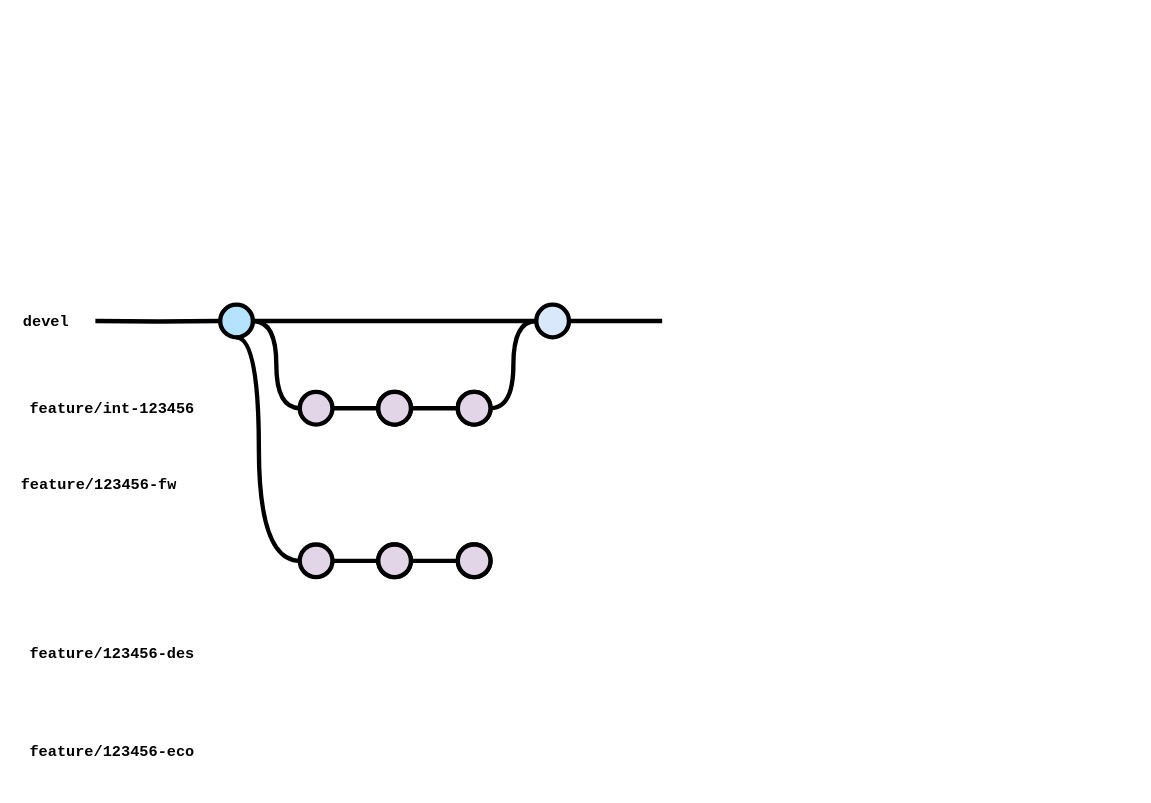
This is Untitled Diagram.drawio from zrrbite/drawio-diagrams, a draw.io file, before an edit. Source tidied: cells renumbered, new cells numbered last; positions are measured from the earlier drawing's top-left corner, leaving out a move shared by most shapes. Both pictures are drawn from the tidied source at 109%, with x=0, y=0 at pixel (19, 304).
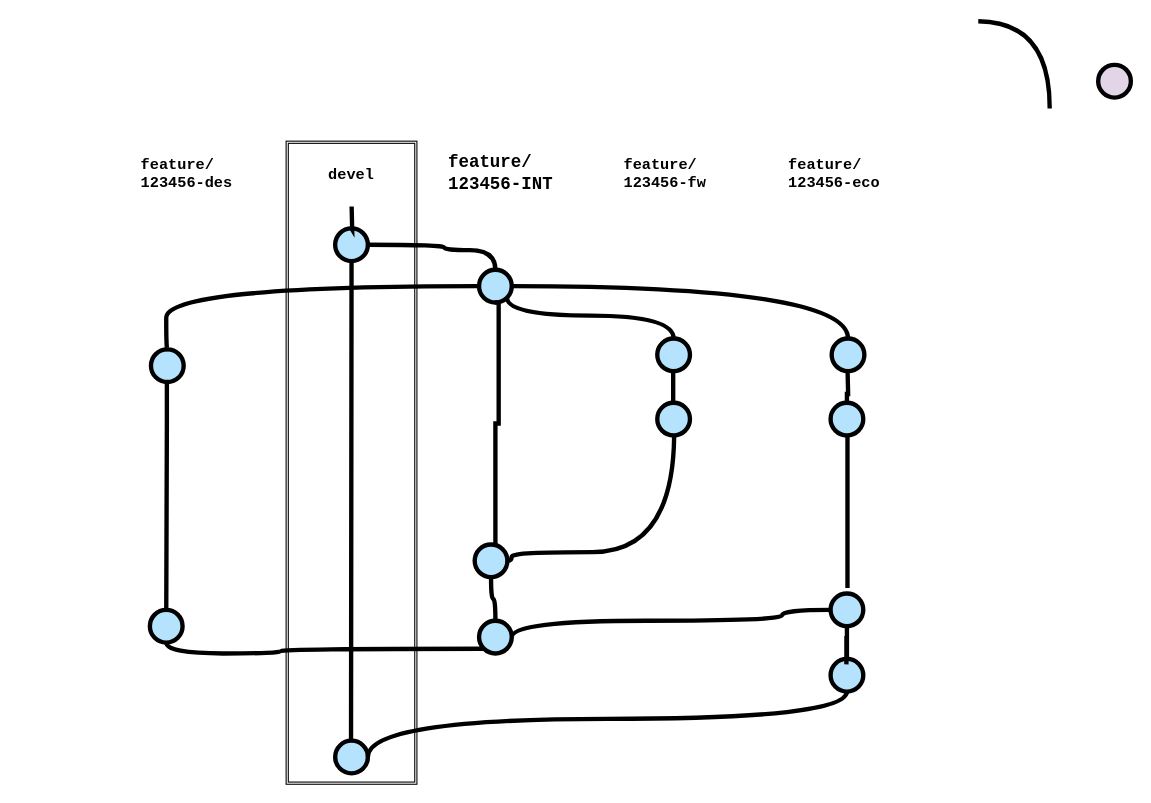
The same diagram, later.

What changed in the source:
```diff
@@
-    <mxCell id="2" style="edgeStyle=orthogonalEdgeStyle;rounded=0;html=1;jettySize=auto;plain-blue;endArrow=none;endFill=0;strokeWidth=4;strokeColor=#000000;" parent="1" edge="1" source="4" target="6">
-      <mxGeometry x="224.5" y="265" as="geometry" />
-    </mxCell>
-    <mxCell id="3" style="edgeStyle=orthogonalEdgeStyle;curved=1;rounded=0;html=1;exitX=1;exitY=0.5;exitPerimeter=0;entryX=0;entryY=0.5;entryPerimeter=0;endArrow=none;endFill=0;jettySize=auto;strokeWidth=4;fontSize=15;" parent="1" edge="1" source="4" target="10">
-      <mxGeometry relative="1" as="geometry" />
-    </mxCell>
-    <mxCell id="4" style="verticalLabelPosition=bottom;verticalAlign=top;html=1;strokeWidth=4;shape=mxgraph.flowchart.on-page_reference;plain-blue;gradientColor=none;fillColor=#B5E3Fe;strokeColor=#000000;" parent="1" vertex="1">
-      <mxGeometry x="184.5" width="30" height="30" as="geometry" />
-    </mxCell>
-    <mxCell id="5" style="edgeStyle=orthogonalEdgeStyle;curved=1;rounded=0;jettySize=auto;html=1;endArrow=none;endFill=0;strokeWidth=4;fontFamily=Courier New;fontSize=16;" parent="1" edge="1" source="6">
-      <mxGeometry relative="1" as="geometry">
-        <mxPoint x="590" y="15" as="targetPoint" />
-      </mxGeometry>
-    </mxCell>
-    <mxCell id="6" style="verticalLabelPosition=bottom;verticalAlign=top;html=1;strokeWidth=4;shape=mxgraph.flowchart.on-page_reference;plain-blue;gradientColor=none;strokeColor=#000000;" parent="1" vertex="1">
-      <mxGeometry x="474.5" width="30" height="30" as="geometry" />
-    </mxCell>
+    <mxCell id="29" style="shape=ext;double=1;rounded=0;whiteSpace=wrap;html=1;fontFamily=Helvetica;fontSize=15;fontColor=default;" parent="1" vertex="1">
+      <mxGeometry x="245" y="-150" width="120" height="590" as="geometry" />
+    </mxCell>
-    <mxCell id="7" style="edgeStyle=orthogonalEdgeStyle;rounded=0;html=1;jettySize=auto;strokeWidth=4;endArrow=none;endFill=0;" parent="1" edge="1" target="4">
-      <mxGeometry x="124.5" y="265" as="geometry">
-        <mxPoint x="70" y="15" as="sourcePoint" />
-      </mxGeometry>
+    <mxCell id="7" style="edgeStyle=orthogonalEdgeStyle;rounded=0;html=1;jettySize=auto;strokeWidth=4;endArrow=none;endFill=0;startArrow=none;entryX=0.496;entryY=0.966;entryDx=0;entryDy=0;entryPerimeter=0;" parent="1" edge="1" source="33" target="29">
+      <mxGeometry x="229.6" y="345" as="geometry" />
     </mxCell>
     <mxCell id="8" value="devel" style="text;html=1;strokeColor=none;fillColor=none;align=center;verticalAlign=middle;whiteSpace=wrap;overflow=hidden;fontSize=14;fontStyle=1;fontFamily=Courier New;" parent="1" vertex="1">
-      <mxGeometry y="5" width="50" height="20" as="geometry" />
+      <mxGeometry x="280" y="-130" width="50" height="20" as="geometry" />
     </mxCell>
-    <mxCell id="9" style="edgeStyle=orthogonalEdgeStyle;curved=1;rounded=0;html=1;exitX=1;exitY=0.5;exitPerimeter=0;entryX=0;entryY=0.5;entryPerimeter=0;endArrow=none;endFill=0;jettySize=auto;strokeWidth=4;fontSize=15;" parent="1" edge="1" source="10" target="12">
-      <mxGeometry relative="1" as="geometry" />
-    </mxCell>
-    <mxCell id="10" style="verticalLabelPosition=bottom;verticalAlign=top;html=1;strokeWidth=4;shape=mxgraph.flowchart.on-page_reference;plain-purple;gradientColor=none;strokeColor=#000000;" parent="1" vertex="1">
-      <mxGeometry x="257.5" y="80" width="30" height="30" as="geometry" />
-    </mxCell>
-    <mxCell id="11" style="edgeStyle=orthogonalEdgeStyle;curved=1;rounded=0;html=1;exitX=1;exitY=0.5;exitPerimeter=0;entryX=0;entryY=0.5;entryPerimeter=0;endArrow=none;endFill=0;jettySize=auto;strokeWidth=4;fontSize=15;" parent="1" edge="1" source="12" target="14">
-      <mxGeometry relative="1" as="geometry" />
-    </mxCell>
-    <mxCell id="12" style="verticalLabelPosition=bottom;verticalAlign=top;html=1;strokeWidth=4;shape=mxgraph.flowchart.on-page_reference;plain-purple;gradientColor=none;strokeColor=#000000;" parent="1" vertex="1">
-      <mxGeometry x="329.5" y="80" width="30" height="30" as="geometry" />
-    </mxCell>
-    <mxCell id="13" style="edgeStyle=orthogonalEdgeStyle;curved=1;rounded=0;html=1;exitX=1;exitY=0.5;exitPerimeter=0;entryX=0;entryY=0.5;entryPerimeter=0;endArrow=none;endFill=0;jettySize=auto;strokeWidth=4;fontSize=15;" parent="1" edge="1" source="14" target="6">
-      <mxGeometry relative="1" as="geometry" />
-    </mxCell>
-    <mxCell id="14" style="verticalLabelPosition=bottom;verticalAlign=top;html=1;strokeWidth=4;shape=mxgraph.flowchart.on-page_reference;plain-purple;gradientColor=none;strokeColor=#000000;" parent="1" vertex="1">
-      <mxGeometry x="402.5" y="80" width="30" height="30" as="geometry" />
-    </mxCell>
-    <mxCell id="15" value="feature/int-123456" style="text;html=1;strokeColor=none;fillColor=none;align=left;verticalAlign=middle;whiteSpace=wrap;overflow=hidden;fontSize=14;fontStyle=1;fontFamily=Courier New;" parent="1" vertex="1">
-      <mxGeometry x="7.5" y="85" width="240" height="20" as="geometry" />
-    </mxCell>
-    <mxCell id="16" style="edgeStyle=orthogonalEdgeStyle;curved=1;rounded=0;html=1;entryX=0;entryY=0.5;entryPerimeter=0;endArrow=none;endFill=0;jettySize=auto;strokeWidth=4;fontSize=15;entryDx=0;entryDy=0;exitX=0.5;exitY=1;exitDx=0;exitDy=0;exitPerimeter=0;" parent="1" edge="1" source="4" target="20">
-      <mxGeometry relative="1" as="geometry">
-        <Array as="points">
-          <mxPoint x="220" y="30" />
-          <mxPoint x="220" y="235" />
-        </Array>
-      </mxGeometry>
-    </mxCell>
-    <mxCell id="17" style="verticalLabelPosition=bottom;verticalAlign=top;html=1;strokeWidth=4;shape=mxgraph.flowchart.on-page_reference;plain-purple;gradientColor=none;strokeColor=#000000;" parent="1" vertex="1">
-      <mxGeometry x="402.5" y="80" width="30" height="30" as="geometry" />
-    </mxCell>
-    <mxCell id="18" style="verticalLabelPosition=bottom;verticalAlign=top;html=1;strokeWidth=4;shape=mxgraph.flowchart.on-page_reference;plain-purple;gradientColor=none;strokeColor=#000000;" parent="1" vertex="1">
-      <mxGeometry x="329.5" y="80" width="30" height="30" as="geometry" />
-    </mxCell>
-    <mxCell id="19" style="edgeStyle=orthogonalEdgeStyle;curved=1;rounded=0;html=1;exitX=1;exitY=0.5;exitPerimeter=0;entryX=0;entryY=0.5;entryPerimeter=0;endArrow=none;endFill=0;jettySize=auto;strokeWidth=4;fontSize=15;" parent="1" edge="1" source="20" target="22">
-      <mxGeometry relative="1" as="geometry" />
-    </mxCell>
-    <mxCell id="20" style="verticalLabelPosition=bottom;verticalAlign=top;html=1;strokeWidth=4;shape=mxgraph.flowchart.on-page_reference;plain-purple;gradientColor=none;strokeColor=#000000;" parent="1" vertex="1">
-      <mxGeometry x="257.5" y="220" width="30" height="30" as="geometry" />
-    </mxCell>
-    <mxCell id="21" style="edgeStyle=orthogonalEdgeStyle;curved=1;rounded=0;html=1;exitX=1;exitY=0.5;exitPerimeter=0;entryX=0;entryY=0.5;entryPerimeter=0;endArrow=none;endFill=0;jettySize=auto;strokeWidth=4;fontSize=15;" parent="1" edge="1" source="22" target="23">
-      <mxGeometry relative="1" as="geometry" />
-    </mxCell>
-    <mxCell id="22" style="verticalLabelPosition=bottom;verticalAlign=top;html=1;strokeWidth=4;shape=mxgraph.flowchart.on-page_reference;plain-purple;gradientColor=none;strokeColor=#000000;" parent="1" vertex="1">
-      <mxGeometry x="329.5" y="220" width="30" height="30" as="geometry" />
-    </mxCell>
-    <mxCell id="23" style="verticalLabelPosition=bottom;verticalAlign=top;html=1;strokeWidth=4;shape=mxgraph.flowchart.on-page_reference;plain-purple;gradientColor=none;strokeColor=#000000;" parent="1" vertex="1">
-      <mxGeometry x="402.5" y="220" width="30" height="30" as="geometry" />
-    </mxCell>
-    <mxCell id="24" style="verticalLabelPosition=bottom;verticalAlign=top;html=1;strokeWidth=4;shape=mxgraph.flowchart.on-page_reference;plain-purple;gradientColor=none;strokeColor=#000000;" parent="1" vertex="1">
-      <mxGeometry x="402.5" y="220" width="30" height="30" as="geometry" />
-    </mxCell>
-    <mxCell id="25" style="verticalLabelPosition=bottom;verticalAlign=top;html=1;strokeWidth=4;shape=mxgraph.flowchart.on-page_reference;plain-purple;gradientColor=none;strokeColor=#000000;" parent="1" vertex="1">
-      <mxGeometry x="329.5" y="220" width="30" height="30" as="geometry" />
-    </mxCell>
-    <mxCell id="26" value="feature/123456-fw" style="text;html=1;strokeColor=none;fillColor=none;align=left;verticalAlign=middle;whiteSpace=wrap;overflow=hidden;fontSize=14;fontStyle=1;fontFamily=Courier New;" parent="1" vertex="1">
-      <mxGeometry y="155" width="240" height="20" as="geometry" />
+    <mxCell id="26" value="feature/&lt;br&gt;123456-fw" style="text;html=1;strokeColor=none;fillColor=none;align=left;verticalAlign=middle;whiteSpace=wrap;overflow=hidden;fontSize=14;fontStyle=1;fontFamily=Courier New;" parent="1" vertex="1">
+      <mxGeometry x="553" y="-145" width="81" height="50" as="geometry" />
     </mxCell>
+    <mxCell id="28" value="feature/&lt;br&gt;123456-eco" style="text;html=1;strokeColor=none;fillColor=none;align=left;verticalAlign=middle;whiteSpace=wrap;overflow=hidden;fontSize=14;fontStyle=1;fontFamily=Courier New;" parent="1" vertex="1">
+      <mxGeometry x="704" y="-140" width="111" height="40" as="geometry" />
+    </mxCell>
-    <mxCell id="27" value="feature/123456-des" style="text;html=1;strokeColor=none;fillColor=none;align=left;verticalAlign=middle;whiteSpace=wrap;overflow=hidden;fontSize=14;fontStyle=1;fontFamily=Courier New;" parent="1" vertex="1">
-      <mxGeometry x="7.5" y="310" width="240" height="20" as="geometry" />
+    <mxCell id="27" value="feature/&lt;br&gt;123456-des" style="text;html=1;strokeColor=none;fillColor=none;align=left;verticalAlign=middle;whiteSpace=wrap;overflow=hidden;fontSize=14;fontStyle=1;fontFamily=Courier New;" parent="1" vertex="1">
+      <mxGeometry x="110" y="-140" width="120" height="40" as="geometry" />
     </mxCell>
-    <mxCell id="28" value="feature/123456-eco" style="text;html=1;strokeColor=none;fillColor=none;align=left;verticalAlign=middle;whiteSpace=wrap;overflow=hidden;fontSize=14;fontStyle=1;fontFamily=Courier New;" parent="1" vertex="1">
-      <mxGeometry x="7.5" y="400" width="240" height="20" as="geometry" />
-    </mxCell>
+    <mxCell id="30" style="verticalLabelPosition=bottom;verticalAlign=top;html=1;strokeWidth=4;shape=mxgraph.flowchart.on-page_reference;plain-purple;gradientColor=none;strokeColor=#000000;" parent="1" vertex="1">
+      <mxGeometry x="990" y="-220" width="30" height="30" as="geometry" />
+    </mxCell>
+    <mxCell id="31" style="edgeStyle=orthogonalEdgeStyle;curved=1;rounded=0;html=1;endArrow=none;endFill=0;jettySize=auto;strokeWidth=4;fontSize=15;entryX=1;entryY=0.5;entryDx=0;entryDy=0;entryPerimeter=0;exitX=0.5;exitY=0;exitDx=0;exitDy=0;exitPerimeter=0;" parent="1" edge="1" source="36" target="33">
+      <mxGeometry relative="1" as="geometry">
+        <Array as="points">
+          <mxPoint x="437" y="-50" />
+          <mxPoint x="390" y="-50" />
+          <mxPoint x="390" y="-55" />
+        </Array>
+      </mxGeometry>
+    </mxCell>
+    <mxCell id="32" style="edgeStyle=orthogonalEdgeStyle;curved=1;rounded=0;html=1;exitX=0.5;exitY=1;exitPerimeter=0;endArrow=none;endFill=0;jettySize=auto;orthogonalLoop=1;strokeWidth=4;fontSize=15;entryX=0.5;entryY=1;entryDx=0;entryDy=0;entryPerimeter=0;exitDx=0;exitDy=0;" parent="1" edge="1">
+      <mxGeometry relative="1" as="geometry">
+        <mxPoint x="880" y="-260" as="sourcePoint" />
+        <mxPoint x="945.5" y="-180" as="targetPoint" />
+      </mxGeometry>
+    </mxCell>
+    <mxCell id="33" style="verticalLabelPosition=bottom;verticalAlign=top;html=1;strokeWidth=4;shape=mxgraph.flowchart.on-page_reference;plain-blue;gradientColor=none;fillColor=#B5E3Fe;strokeColor=#000000;" parent="1" vertex="1">
+      <mxGeometry x="290" y="-70" width="30" height="30" as="geometry" />
+    </mxCell>
+    <mxCell id="34" style="edgeStyle=orthogonalEdgeStyle;rounded=0;html=1;jettySize=auto;strokeWidth=4;endArrow=none;endFill=0;" parent="1" edge="1" target="33">
+      <mxGeometry x="229.6" y="345" as="geometry">
+        <mxPoint x="305.1" y="-90" as="sourcePoint" />
+      </mxGeometry>
+    </mxCell>
+    <mxCell id="35" value="&lt;font style=&quot;font-size: 16px;&quot;&gt;feature/&lt;br&gt;123456-INT&lt;/font&gt;" style="text;html=1;strokeColor=none;fillColor=none;align=left;verticalAlign=middle;whiteSpace=wrap;overflow=hidden;fontSize=14;fontStyle=1;fontFamily=Courier New;" parent="1" vertex="1">
+      <mxGeometry x="392" y="-145" width="112.5" height="50" as="geometry" />
+    </mxCell>
+    <mxCell id="36" style="verticalLabelPosition=bottom;verticalAlign=top;html=1;strokeWidth=4;shape=mxgraph.flowchart.on-page_reference;plain-blue;gradientColor=none;fillColor=#B5E3Fe;strokeColor=#000000;" parent="1" vertex="1">
+      <mxGeometry x="422" y="-32" width="30" height="30" as="geometry" />
+    </mxCell>
+    <mxCell id="37" style="verticalLabelPosition=bottom;verticalAlign=top;html=1;strokeWidth=4;shape=mxgraph.flowchart.on-page_reference;plain-blue;gradientColor=none;fillColor=#B5E3Fe;strokeColor=#000000;" parent="1" vertex="1">
+      <mxGeometry x="121" y="41" width="30" height="30" as="geometry" />
+    </mxCell>
+    <mxCell id="38" style="verticalLabelPosition=bottom;verticalAlign=top;html=1;strokeWidth=4;shape=mxgraph.flowchart.on-page_reference;plain-blue;gradientColor=none;fillColor=#B5E3Fe;strokeColor=#000000;" parent="1" vertex="1">
+      <mxGeometry x="585.5" y="31" width="30" height="30" as="geometry" />
+    </mxCell>
+    <mxCell id="39" style="verticalLabelPosition=bottom;verticalAlign=top;html=1;strokeWidth=4;shape=mxgraph.flowchart.on-page_reference;plain-blue;gradientColor=none;fillColor=#B5E3Fe;strokeColor=#000000;" parent="1" vertex="1">
+      <mxGeometry x="745.5" y="31" width="30" height="30" as="geometry" />
+    </mxCell>
+    <mxCell id="40" style="edgeStyle=orthogonalEdgeStyle;curved=1;rounded=0;html=1;endArrow=none;endFill=0;jettySize=auto;strokeWidth=4;fontSize=15;exitX=0.5;exitY=0;exitDx=0;exitDy=0;exitPerimeter=0;entryX=0.855;entryY=0.855;entryDx=0;entryDy=0;entryPerimeter=0;" parent="1" edge="1" source="38" target="36">
+      <mxGeometry relative="1" as="geometry">
+        <Array as="points">
+          <mxPoint x="601" y="10" />
+          <mxPoint x="448" y="10" />
+        </Array>
+      </mxGeometry>
+    </mxCell>
+    <mxCell id="41" style="edgeStyle=orthogonalEdgeStyle;curved=1;rounded=0;html=1;endArrow=none;endFill=0;jettySize=auto;strokeWidth=4;fontSize=15;entryX=0.5;entryY=0;entryDx=0;entryDy=0;entryPerimeter=0;exitX=1;exitY=0.5;exitDx=0;exitDy=0;exitPerimeter=0;" parent="1" edge="1" source="36" target="39">
+      <mxGeometry relative="1" as="geometry" />
+    </mxCell>
+    <mxCell id="42" style="edgeStyle=orthogonalEdgeStyle;curved=1;rounded=0;html=1;endArrow=none;endFill=0;jettySize=auto;strokeWidth=4;fontSize=15;exitX=0.5;exitY=0;exitDx=0;exitDy=0;exitPerimeter=0;entryX=0;entryY=0.5;entryDx=0;entryDy=0;entryPerimeter=0;" parent="1" edge="1" source="37" target="36">
+      <mxGeometry relative="1" as="geometry">
+        <Array as="points">
+          <mxPoint x="135" y="-17" />
+        </Array>
+      </mxGeometry>
+    </mxCell>
+    <mxCell id="43" style="edgeStyle=orthogonalEdgeStyle;rounded=0;html=1;jettySize=auto;orthogonalLoop=1;strokeWidth=4;endArrow=none;endFill=0;startArrow=none;" parent="1" edge="1">
+      <mxGeometry x="525.2" y="446" as="geometry">
+        <mxPoint x="600.1" y="61" as="sourcePoint" />
+        <mxPoint x="600" y="90" as="targetPoint" />
+        <Array as="points">
+          <mxPoint x="600.7" y="96" />
+        </Array>
+      </mxGeometry>
+    </mxCell>
+    <mxCell id="44" style="verticalLabelPosition=bottom;verticalAlign=top;html=1;strokeWidth=4;shape=mxgraph.flowchart.on-page_reference;plain-blue;gradientColor=none;fillColor=#B5E3Fe;strokeColor=#000000;" parent="1" vertex="1">
+      <mxGeometry x="585.5" y="90" width="30" height="30" as="geometry" />
+    </mxCell>
+    <mxCell id="45" style="edgeStyle=orthogonalEdgeStyle;curved=1;rounded=0;html=1;endArrow=none;endFill=0;jettySize=auto;strokeWidth=4;fontSize=15;startArrow=none;exitX=1;exitY=0.5;exitDx=0;exitDy=0;exitPerimeter=0;" parent="1" edge="1" source="49">
+      <mxGeometry relative="1" as="geometry">
+        <mxPoint x="601" y="120" as="targetPoint" />
+        <Array as="points">
+          <mxPoint x="452" y="227" />
+          <mxPoint x="600" y="227" />
+          <mxPoint x="600" y="120" />
+        </Array>
+      </mxGeometry>
+    </mxCell>
+    <mxCell id="46" style="edgeStyle=orthogonalEdgeStyle;rounded=0;html=1;jettySize=auto;strokeWidth=4;endArrow=none;endFill=0;startArrow=none;" parent="1" edge="1" source="47">
+      <mxGeometry x="685.2" y="446" as="geometry">
+        <mxPoint x="760" y="260" as="targetPoint" />
+        <Array as="points">
+          <mxPoint x="760.7" y="96" />
+        </Array>
+      </mxGeometry>
+    </mxCell>
+    <mxCell id="47" style="verticalLabelPosition=bottom;verticalAlign=top;html=1;strokeWidth=4;shape=mxgraph.flowchart.on-page_reference;plain-blue;gradientColor=none;fillColor=#B5E3Fe;strokeColor=#000000;" parent="1" vertex="1">
+      <mxGeometry x="744.5" y="90" width="30" height="30" as="geometry" />
+    </mxCell>
+    <mxCell id="48" style="edgeStyle=orthogonalEdgeStyle;shape=connector;curved=1;rounded=0;jettySize=auto;html=1;labelBackgroundColor=default;fontFamily=Helvetica;fontSize=15;fontColor=default;endArrow=none;endFill=0;strokeColor=default;strokeWidth=4;" parent="1" edge="1" source="49" target="57">
+      <mxGeometry relative="1" as="geometry" />
+    </mxCell>
+    <mxCell id="49" style="verticalLabelPosition=bottom;verticalAlign=top;html=1;strokeWidth=4;shape=mxgraph.flowchart.on-page_reference;plain-blue;gradientColor=none;fillColor=#B5E3Fe;strokeColor=#000000;" parent="1" vertex="1">
+      <mxGeometry x="418" y="220" width="30" height="30" as="geometry" />
+    </mxCell>
+    <mxCell id="50" style="edgeStyle=orthogonalEdgeStyle;rounded=0;html=1;jettySize=auto;strokeWidth=4;endArrow=none;endFill=0;startArrow=none;" parent="1" edge="1" target="47">
+      <mxGeometry x="685.2" y="446" as="geometry">
+        <mxPoint x="760.1" y="61" as="sourcePoint" />
+      </mxGeometry>
+    </mxCell>
+    <mxCell id="51" style="edgeStyle=orthogonalEdgeStyle;curved=1;rounded=0;html=1;endArrow=none;endFill=0;jettySize=auto;strokeWidth=4;fontSize=15;startArrow=none;entryX=0;entryY=0.5;entryDx=0;entryDy=0;entryPerimeter=0;exitX=1;exitY=0.5;exitDx=0;exitDy=0;exitPerimeter=0;" parent="1" edge="1" source="57" target="52">
+      <mxGeometry relative="1" as="geometry">
+        <Array as="points">
+          <mxPoint x="452" y="290" />
+          <mxPoint x="700" y="290" />
+          <mxPoint x="700" y="280" />
+        </Array>
+      </mxGeometry>
+    </mxCell>
+    <mxCell id="52" style="verticalLabelPosition=bottom;verticalAlign=top;html=1;strokeWidth=4;shape=mxgraph.flowchart.on-page_reference;plain-blue;gradientColor=none;fillColor=#B5E3Fe;strokeColor=#000000;" parent="1" vertex="1">
+      <mxGeometry x="744.5" y="265" width="30" height="30" as="geometry" />
+    </mxCell>
+    <mxCell id="53" style="edgeStyle=orthogonalEdgeStyle;rounded=0;html=1;jettySize=auto;orthogonalLoop=1;strokeWidth=4;endArrow=none;endFill=0;startArrow=none;" parent="1" edge="1">
+      <mxGeometry x="60.7" y="456" as="geometry">
+        <mxPoint x="135.6" y="71" as="sourcePoint" />
+        <mxPoint x="135" y="290" as="targetPoint" />
+        <Array as="points">
+          <mxPoint x="136.2" y="106" />
+        </Array>
+      </mxGeometry>
+    </mxCell>
+    <mxCell id="54" style="verticalLabelPosition=bottom;verticalAlign=top;html=1;strokeWidth=4;shape=mxgraph.flowchart.on-page_reference;plain-blue;gradientColor=none;fillColor=#B5E3Fe;strokeColor=#000000;" parent="1" vertex="1">
+      <mxGeometry x="120" y="280" width="30" height="30" as="geometry" />
+    </mxCell>
+    <mxCell id="55" style="edgeStyle=orthogonalEdgeStyle;rounded=0;html=1;jettySize=auto;orthogonalLoop=1;strokeWidth=4;endArrow=none;endFill=0;startArrow=none;" parent="1" edge="1">
+      <mxGeometry x="361.7" y="383" as="geometry">
+        <mxPoint x="436.6" y="-2" as="sourcePoint" />
+        <mxPoint x="437" y="220" as="targetPoint" />
+        <Array as="points">
+          <mxPoint x="440" y="-2" />
+          <mxPoint x="440" y="109" />
+          <mxPoint x="437" y="109" />
+        </Array>
+      </mxGeometry>
+    </mxCell>
+    <mxCell id="56" style="edgeStyle=orthogonalEdgeStyle;curved=1;rounded=0;html=1;endArrow=none;endFill=0;jettySize=auto;strokeWidth=4;fontSize=15;entryX=0.5;entryY=1;entryDx=0;entryDy=0;entryPerimeter=0;exitX=0.145;exitY=0.855;exitDx=0;exitDy=0;exitPerimeter=0;" parent="1" edge="1" source="57" target="54">
+      <mxGeometry relative="1" as="geometry">
+        <Array as="points">
+          <mxPoint x="240" y="316" />
+          <mxPoint x="240" y="320" />
+          <mxPoint x="135" y="320" />
+        </Array>
+      </mxGeometry>
+    </mxCell>
+    <mxCell id="57" style="verticalLabelPosition=bottom;verticalAlign=top;html=1;strokeWidth=4;shape=mxgraph.flowchart.on-page_reference;plain-blue;gradientColor=none;fillColor=#B5E3Fe;strokeColor=#000000;" parent="1" vertex="1">
+      <mxGeometry x="422" y="290" width="30" height="30" as="geometry" />
+    </mxCell>
+    <mxCell id="58" style="edgeStyle=orthogonalEdgeStyle;shape=connector;curved=1;rounded=0;jettySize=auto;html=1;labelBackgroundColor=default;fontFamily=Helvetica;fontSize=15;fontColor=default;endArrow=none;endFill=0;strokeColor=default;strokeWidth=4;" parent="1" edge="1" source="59" target="52">
+      <mxGeometry relative="1" as="geometry" />
+    </mxCell>
+    <mxCell id="59" style="verticalLabelPosition=bottom;verticalAlign=top;html=1;strokeWidth=4;shape=mxgraph.flowchart.on-page_reference;plain-blue;gradientColor=none;fillColor=#B5E3Fe;strokeColor=#000000;" parent="1" vertex="1">
+      <mxGeometry x="744.5" y="325" width="30" height="30" as="geometry" />
+    </mxCell>
+    <mxCell id="60" style="edgeStyle=orthogonalEdgeStyle;rounded=0;html=1;jettySize=auto;orthogonalLoop=1;strokeWidth=4;endArrow=none;endFill=0;startArrow=none;" parent="1" edge="1">
+      <mxGeometry x="684.2" y="630" as="geometry">
+        <mxPoint x="759.1" y="304" as="sourcePoint" />
+        <mxPoint x="759" y="330" as="targetPoint" />
+        <Array as="points">
+          <mxPoint x="759" y="320" />
+          <mxPoint x="759" y="320" />
+        </Array>
+      </mxGeometry>
+    </mxCell>
+    <mxCell id="61" style="verticalLabelPosition=bottom;verticalAlign=top;html=1;strokeWidth=4;shape=mxgraph.flowchart.on-page_reference;plain-blue;gradientColor=none;fillColor=#B5E3Fe;strokeColor=#000000;" parent="1" vertex="1">
+      <mxGeometry x="290" y="400" width="30" height="30" as="geometry" />
+    </mxCell>
+    <mxCell id="62" style="edgeStyle=orthogonalEdgeStyle;curved=1;rounded=0;html=1;endArrow=none;endFill=0;jettySize=auto;strokeWidth=4;fontSize=15;startArrow=none;exitX=0.5;exitY=1;exitDx=0;exitDy=0;exitPerimeter=0;entryX=1;entryY=0.5;entryDx=0;entryDy=0;entryPerimeter=0;" parent="1" edge="1" source="59" target="61">
+      <mxGeometry relative="1" as="geometry">
+        <Array as="points">
+          <mxPoint x="760" y="380" />
+          <mxPoint x="320" y="380" />
+        </Array>
+      </mxGeometry>
+    </mxCell>
```
